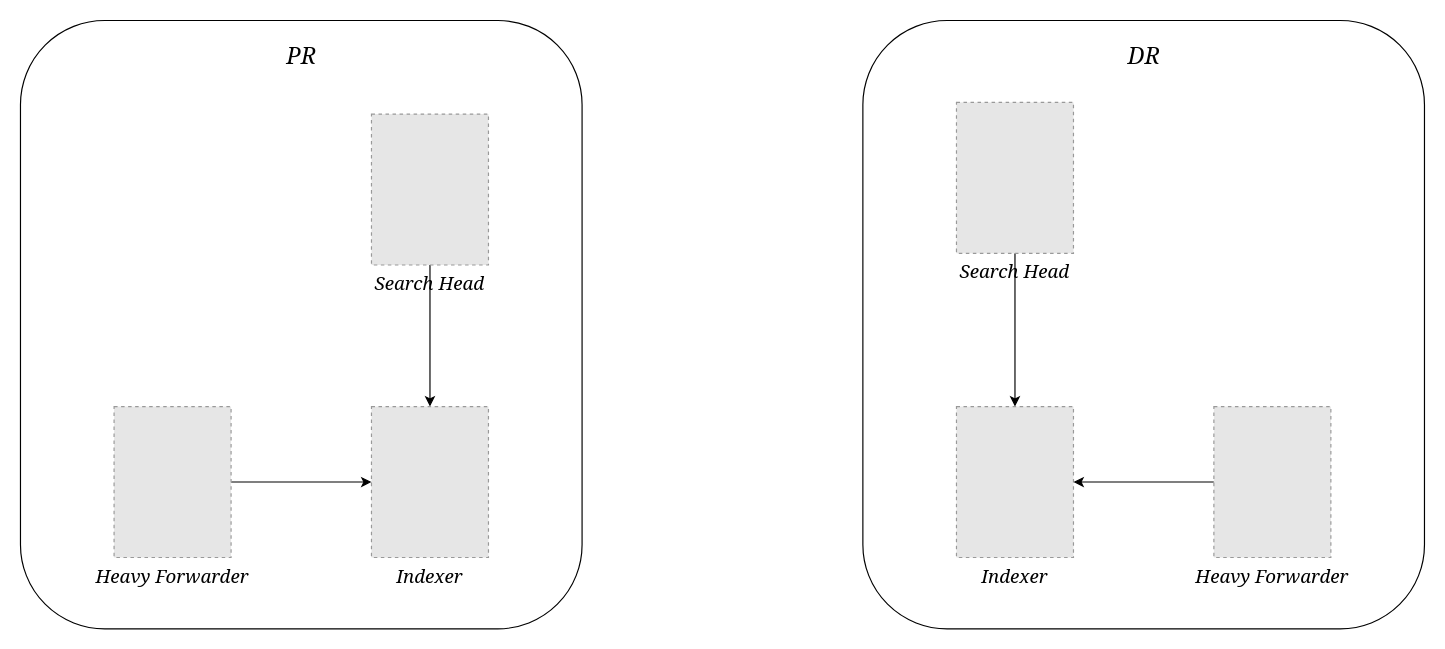
sumkomorebi/PicGo keeps this draw.io diagram as img/blackrock_fmc/BLK-fmc_tip.drawio. Above is the earlier version. Source tidied: cells renumbered, new cells numbered last; positions are measured from the earlier drawing's top-left corner, leaving out a move shared by most shapes. Both pictures are drawn from the tidied source at 117%, with x=0, y=0 at pixel (20, 20). Pictures stored in the file or linked from it are replaced by grey dashed boxes.
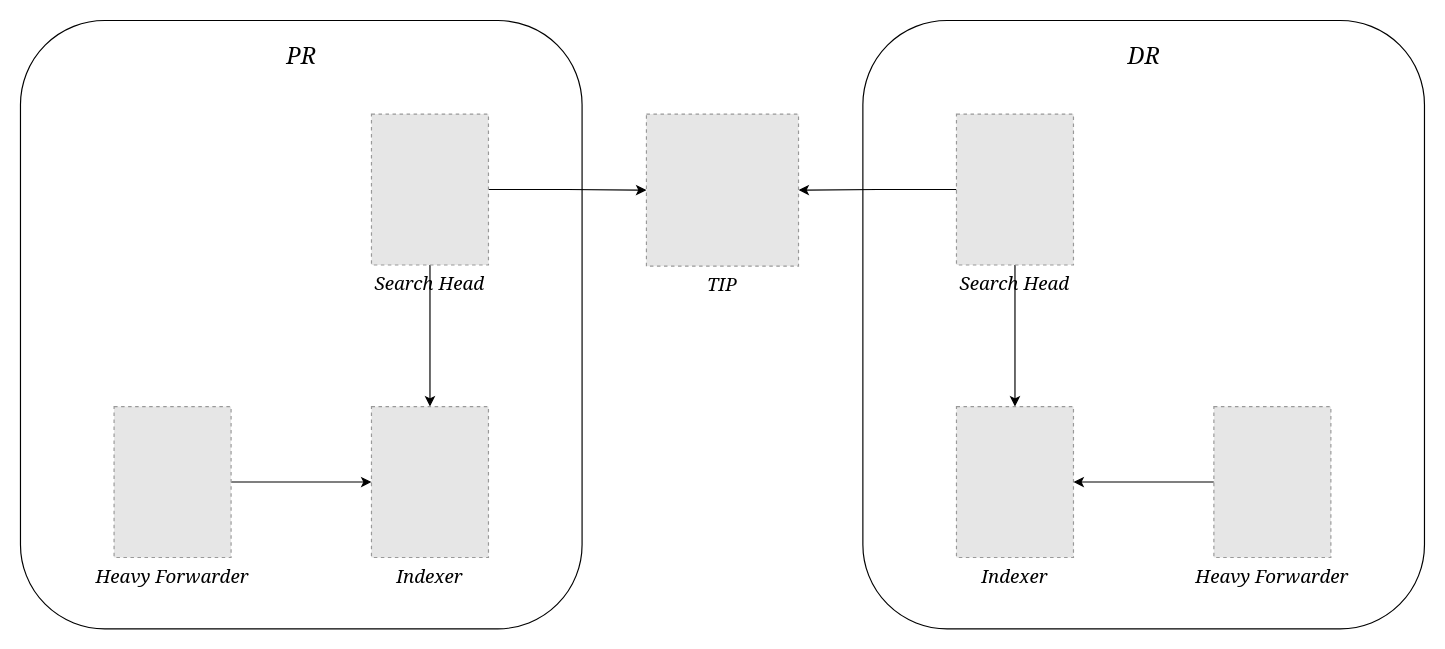
The same page after the edit.

Change to the diagram source:
```diff
@@
 <mxGraphModel>
   <root>
     <mxCell id="0" />
     <mxCell id="1" parent="0" />
     <mxCell id="2" style="rounded=1;whiteSpace=wrap;html=1;" parent="1" vertex="1">
       <mxGeometry x="720" width="480" height="520" as="geometry" />
     </mxCell>
     <mxCell id="3" style="rounded=1;whiteSpace=wrap;html=1;" parent="1" vertex="1">
       <mxGeometry width="480" height="520" as="geometry" />
     </mxCell>
     <mxCell id="4" style="edgeStyle=orthogonalEdgeStyle;rounded=0;jettySize=auto;html=1;" parent="1" edge="1" source="5" target="6">
       <mxGeometry relative="1" as="geometry" />
     </mxCell>
+    <mxCell id="16" style="edgeStyle=orthogonalEdgeStyle;rounded=0;jettySize=auto;html=1;" parent="1" edge="1" source="5" target="18">
+      <mxGeometry relative="1" as="geometry" />
+    </mxCell>
     <mxCell id="5" value="Search Head" style="fillColor=#E6E6E6;strokeColor=#999999;dashed=1;verticalLabelPosition=bottom;verticalAlign=top;fontFamily=Georgia;fontStyle=2;fontSize=16;" parent="1" vertex="1">
       <mxGeometry x="300" y="80" width="100" height="129" as="geometry" />
     </mxCell>
     <mxCell id="6" value="Indexer" style="fillColor=#E6E6E6;strokeColor=#999999;dashed=1;verticalLabelPosition=bottom;verticalAlign=top;fontStyle=2;fontFamily=Georgia;fontSize=16;" parent="1" vertex="1">
       <mxGeometry x="300" y="330" width="100" height="129" as="geometry" />
     </mxCell>
     <mxCell id="7" style="edgeStyle=orthogonalEdgeStyle;rounded=0;jettySize=auto;html=1;entryX=0;entryY=0.5;entryDx=0;entryDy=0;" parent="1" edge="1" source="8" target="6">
       <mxGeometry relative="1" as="geometry" />
     </mxCell>
     <mxCell id="8" value="Heavy Forwarder" style="fillColor=#E6E6E6;strokeColor=#999999;dashed=1;verticalLabelPosition=bottom;verticalAlign=top;fontFamily=Georgia;fontStyle=2;fontSize=16;" parent="1" vertex="1">
       <mxGeometry x="80" y="330" width="100" height="129" as="geometry" />
     </mxCell>
     <mxCell id="9" style="edgeStyle=orthogonalEdgeStyle;rounded=0;jettySize=auto;html=1;" parent="1" edge="1" source="10" target="11">
       <mxGeometry relative="1" as="geometry" />
     </mxCell>
+    <mxCell id="17" style="edgeStyle=orthogonalEdgeStyle;rounded=0;jettySize=auto;html=1;" parent="1" edge="1" source="10" target="18">
+      <mxGeometry relative="1" as="geometry" />
+    </mxCell>
     <mxCell id="10" value="Search Head" style="fillColor=#E6E6E6;strokeColor=#999999;dashed=1;verticalLabelPosition=bottom;verticalAlign=top;fontFamily=Georgia;fontStyle=2;fontSize=16;" parent="1" vertex="1">
-      <mxGeometry x="800" y="70" width="100" height="129" as="geometry" />
+      <mxGeometry x="800" y="80" width="100" height="129" as="geometry" />
     </mxCell>
     <mxCell id="11" value="Indexer" style="fillColor=#E6E6E6;strokeColor=#999999;dashed=1;verticalLabelPosition=bottom;verticalAlign=top;fontStyle=2;fontFamily=Georgia;fontSize=16;" parent="1" vertex="1">
       <mxGeometry x="800" y="330" width="100" height="129" as="geometry" />
     </mxCell>
     <mxCell id="12" value="&lt;font size=&quot;1&quot; face=&quot;Georgia&quot;&gt;&lt;i style=&quot;font-size: 20px;&quot;&gt;PR&lt;/i&gt;&lt;/font&gt;" style="text;html=1;align=center;verticalAlign=middle;strokeColor=none;fillColor=none;" parent="1" vertex="1">
       <mxGeometry x="215" y="10" width="50" height="40" as="geometry" />
     </mxCell>
     <mxCell id="13" style="edgeStyle=orthogonalEdgeStyle;rounded=0;jettySize=auto;html=1;entryX=1;entryY=0.5;entryDx=0;entryDy=0;" parent="1" edge="1" source="14" target="11">
       <mxGeometry relative="1" as="geometry" />
     </mxCell>
     <mxCell id="14" value="Heavy Forwarder" style="fillColor=#E6E6E6;strokeColor=#999999;dashed=1;verticalLabelPosition=bottom;verticalAlign=top;fontFamily=Georgia;fontStyle=2;fontSize=16;" parent="1" vertex="1">
       <mxGeometry x="1020" y="330" width="100" height="129" as="geometry" />
     </mxCell>
     <mxCell id="15" value="&lt;font size=&quot;1&quot; face=&quot;Georgia&quot;&gt;&lt;i style=&quot;font-size: 20px;&quot;&gt;DR&lt;/i&gt;&lt;/font&gt;" style="text;html=1;align=center;verticalAlign=middle;strokeColor=none;fillColor=none;" parent="1" vertex="1">
       <mxGeometry x="935" y="10" width="50" height="40" as="geometry" />
     </mxCell>
+    <mxCell id="18" value="TIP" style="fillColor=#E6E6E6;strokeColor=#999999;dashed=1;verticalLabelPosition=bottom;labelBackgroundColor=default;verticalAlign=top;fontStyle=2;fontFamily=Georgia;fontSize=16;" parent="1" vertex="1">
+      <mxGeometry x="535" y="80" width="130" height="130" as="geometry" />
+    </mxCell>
   </root>
 </mxGraphModel>
```
